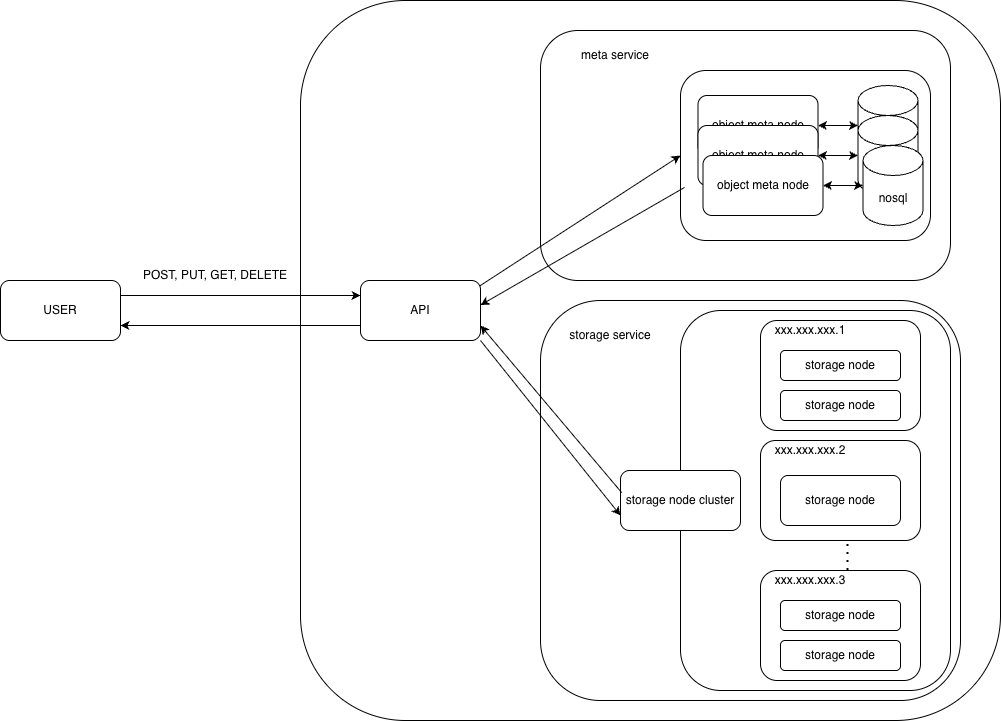
The draw.io diagram doc/doc.png in ISSuh/sos, before a commit. Source tidied: cells renumbered, new cells last; positions are measured from the earlier drawing's top-left corner, leaving out a move shared by most shapes.
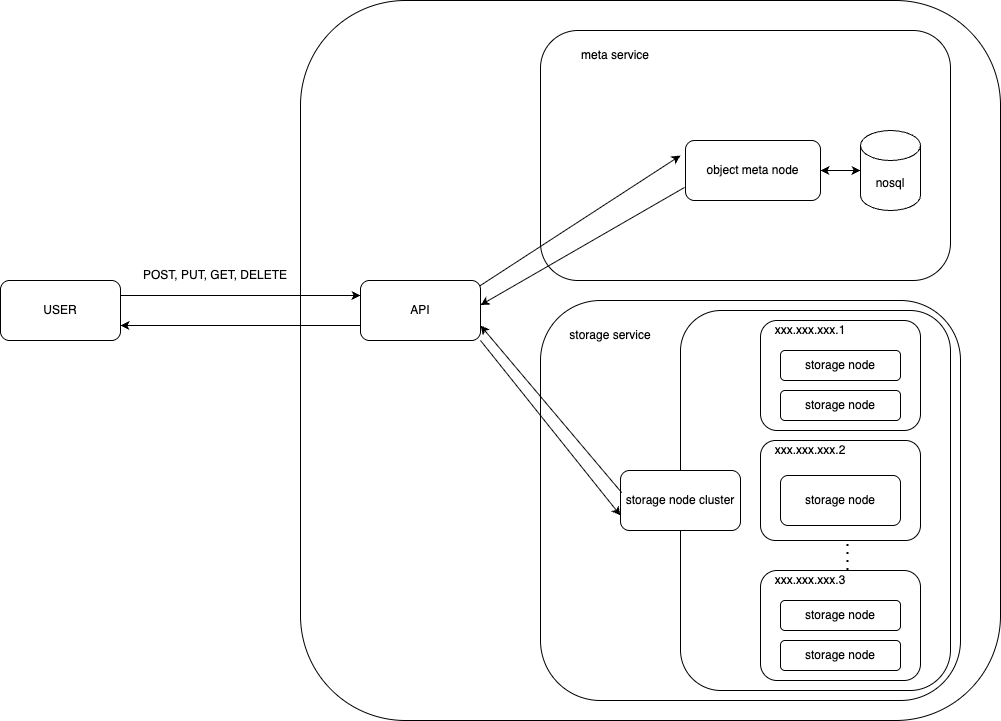
Above is the later version.

Diff of the diagram source:
```diff
@@ -8,9 +8,6 @@
     <mxCell id="3" style="rounded=1;whiteSpace=wrap;html=1;" parent="1" vertex="1">
       <mxGeometry x="540" y="30" width="410" height="250" as="geometry" />
     </mxCell>
-    <mxCell id="4" style="rounded=1;whiteSpace=wrap;html=1;" parent="1" vertex="1">
-      <mxGeometry x="680" y="70" width="250" height="170" as="geometry" />
-    </mxCell>
     <mxCell id="5" style="rounded=1;whiteSpace=wrap;html=1;" parent="1" vertex="1">
       <mxGeometry x="540" y="300" width="420" height="400" as="geometry" />
     </mxCell>
@@ -38,9 +35,6 @@
     <mxCell id="13" style="rounded=1;whiteSpace=wrap;html=1;" parent="1" vertex="1">
       <mxGeometry x="760" y="440" width="160" height="100" as="geometry" />
     </mxCell>
-    <mxCell id="14" value="nosql" style="shape=cylinder3;whiteSpace=wrap;html=1;boundedLbl=1;backgroundOutline=1;size=15;" parent="1" vertex="1">
-      <mxGeometry x="857.5" y="85" width="60" height="80" as="geometry" />
-    </mxCell>
     <mxCell id="15" value="storage node" style="rounded=1;whiteSpace=wrap;html=1;" parent="1" vertex="1">
       <mxGeometry x="780" y="350" width="120" height="30" as="geometry" />
     </mxCell>
@@ -73,11 +67,15 @@
     <mxCell id="24" value="xxx.xxx.xxx.3" style="text;html=1;strokeColor=none;fillColor=none;align=center;verticalAlign=middle;whiteSpace=wrap;rounded=0;" parent="1" vertex="1">
       <mxGeometry x="780" y="570" width="60" height="20" as="geometry" />
     </mxCell>
-    <mxCell id="25" style="endArrow=classic;html=1;exitX=0.994;exitY=0.09;exitDx=0;exitDy=0;exitPerimeter=0;entryX=0;entryY=0.5;entryDx=0;entryDy=0;" parent="1" edge="1" source="8" target="4">
-      <mxGeometry relative="1" as="geometry" />
+    <mxCell id="25" style="endArrow=classic;html=1;exitX=0.994;exitY=0.09;exitDx=0;exitDy=0;exitPerimeter=0;entryX=0;entryY=0.5;entryDx=0;entryDy=0;" parent="1" edge="1" source="8">
+      <mxGeometry relative="1" as="geometry">
+        <mxPoint x="680" y="155" as="targetPoint" />
+      </mxGeometry>
     </mxCell>
-    <mxCell id="26" style="endArrow=classic;html=1;entryX=1;entryY=0.41;entryDx=0;entryDy=0;entryPerimeter=0;exitX=0.016;exitY=0.688;exitDx=0;exitDy=0;exitPerimeter=0;" parent="1" edge="1" source="4" target="8">
-      <mxGeometry relative="1" as="geometry" />
+    <mxCell id="26" style="endArrow=classic;html=1;entryX=1;entryY=0.41;entryDx=0;entryDy=0;entryPerimeter=0;exitX=0.016;exitY=0.688;exitDx=0;exitDy=0;exitPerimeter=0;" parent="1" edge="1" target="8">
+      <mxGeometry relative="1" as="geometry">
+        <mxPoint x="684" y="187" as="sourcePoint" />
+      </mxGeometry>
     </mxCell>
     <mxCell id="27" style="endArrow=classic;html=1;exitX=1;exitY=1;exitDx=0;exitDy=0;entryX=0;entryY=0.75;entryDx=0;entryDy=0;" parent="1" edge="1" source="8" target="11">
       <mxGeometry relative="1" as="geometry" />
@@ -91,29 +89,14 @@
     <mxCell id="30" value="meta service" style="text;html=1;strokeColor=none;fillColor=none;align=center;verticalAlign=middle;whiteSpace=wrap;rounded=0;" parent="1" vertex="1">
       <mxGeometry x="560" y="40" width="110" height="30" as="geometry" />
     </mxCell>
-    <mxCell id="31" style="endArrow=classic;startArrow=classic;html=1;exitX=1;exitY=0.5;exitDx=0;exitDy=0;" parent="1" edge="1" source="32" target="14">
-      <mxGeometry relative="1" as="geometry" />
-    </mxCell>
-    <mxCell id="32" value="object meta node" style="rounded=1;whiteSpace=wrap;html=1;" parent="1" vertex="1">
-      <mxGeometry x="697.5" y="95" width="120" height="60" as="geometry" />
-    </mxCell>
-    <mxCell id="33" value="nosql" style="shape=cylinder3;whiteSpace=wrap;html=1;boundedLbl=1;backgroundOutline=1;size=15;" parent="1" vertex="1">
-      <mxGeometry x="857.5" y="115" width="60" height="80" as="geometry" />
-    </mxCell>
-    <mxCell id="34" style="endArrow=classic;startArrow=classic;html=1;exitX=1;exitY=0.5;exitDx=0;exitDy=0;" parent="1" edge="1" source="35" target="33">
-      <mxGeometry relative="1" as="geometry" />
-    </mxCell>
-    <mxCell id="35" value="object meta node" style="rounded=1;whiteSpace=wrap;html=1;" parent="1" vertex="1">
-      <mxGeometry x="697.5" y="125" width="120" height="60" as="geometry" />
-    </mxCell>
     <mxCell id="36" value="nosql" style="shape=cylinder3;whiteSpace=wrap;html=1;boundedLbl=1;backgroundOutline=1;size=15;" parent="1" vertex="1">
-      <mxGeometry x="862.5" y="145" width="60" height="80" as="geometry" />
+      <mxGeometry x="860" y="130" width="60" height="80" as="geometry" />
     </mxCell>
     <mxCell id="37" style="endArrow=classic;startArrow=classic;html=1;exitX=1;exitY=0.5;exitDx=0;exitDy=0;" parent="1" edge="1" source="38" target="36">
       <mxGeometry relative="1" as="geometry" />
     </mxCell>
     <mxCell id="38" value="object meta node" style="rounded=1;whiteSpace=wrap;html=1;" parent="1" vertex="1">
-      <mxGeometry x="702.5" y="155" width="120" height="60" as="geometry" />
+      <mxGeometry x="685" y="140" width="135" height="60" as="geometry" />
     </mxCell>
     <mxCell id="39" value="POST, PUT, GET, DELETE" style="text;html=1;strokeColor=none;fillColor=none;align=center;verticalAlign=middle;whiteSpace=wrap;rounded=0;" parent="1" vertex="1">
       <mxGeometry x="130" y="260" width="170" height="30" as="geometry" />
```
